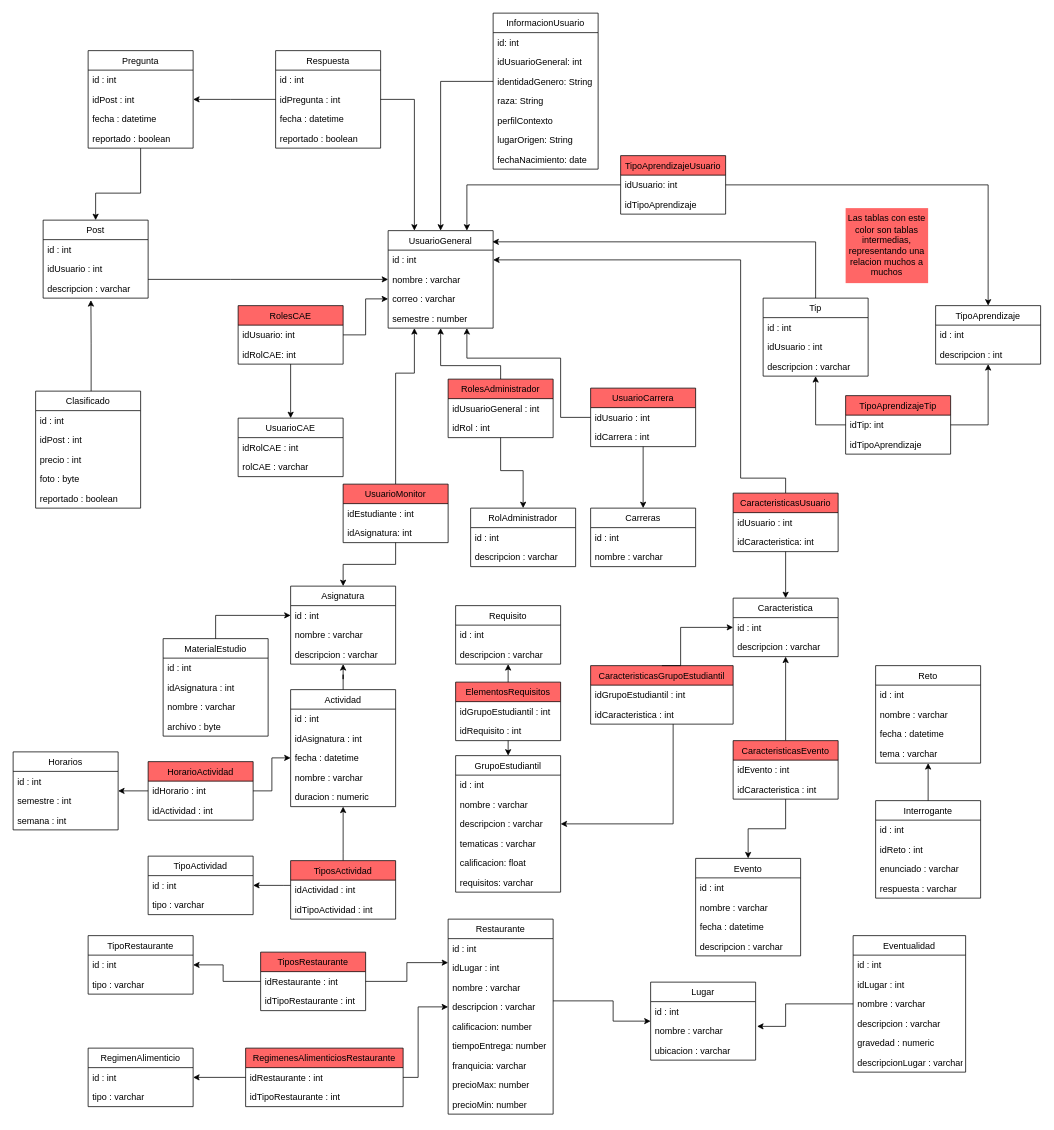
Earlier version of the draw.io diagram diagramas/persistencia.drawio (Campus-Connect-PUJ/Campus-Connect-Back). Source tidied: cells renumbered, new cells numbered last; positions are measured from the earlier drawing's top-left corner, leaving out a move shared by most shapes. Both pictures are drawn from the tidied source at 75%, with x=0, y=0 at pixel (13, 13).
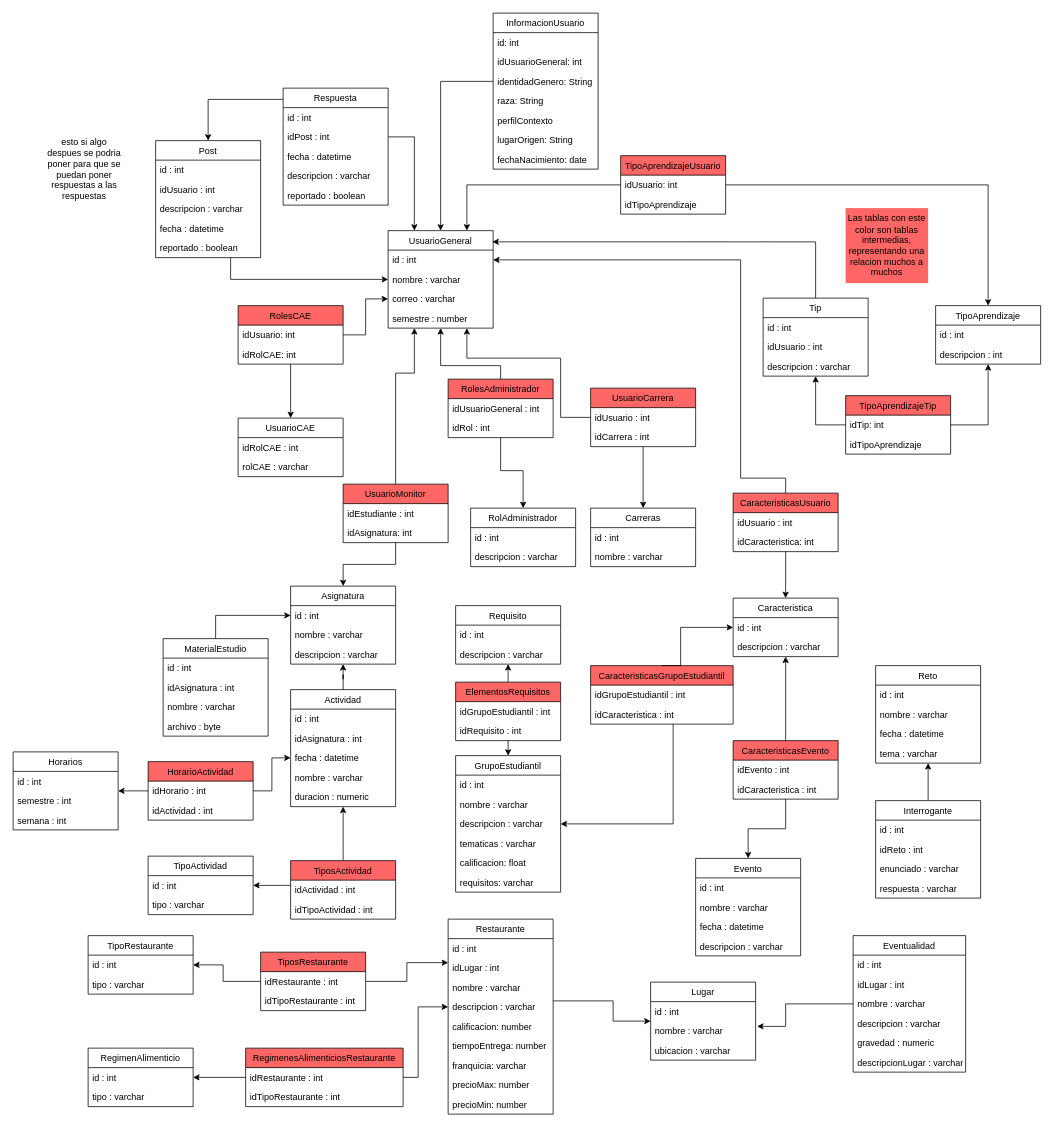
After the change.

Commit message (it also covers changes not shown here):
Posts y respuestas

Unchanged cells that the change refers to:
```xml
<mxCell id="44" value="descripcion : varchar" style="text;strokeColor=none;fillColor=none;align=left;verticalAlign=top;spacingLeft=4;spacingRight=4;overflow=hidden;points=[[0,0.5],[1,0.5]];portConstraint=eastwest;" parent="41" vertex="1">
  <mxGeometry y="78" width="140" height="26" as="geometry" />
</mxCell>
```

The edit, as a diff of the source:
```diff
@@
     <mxCell id="41" value="Post" style="swimlane;fontStyle=0;horizontal=1;startSize=26;fillColor=none;" parent="1" vertex="1">
-      <mxGeometry x="40" y="276" width="140" height="104" as="geometry" />
+      <mxGeometry x="190" y="170" width="140" height="156" as="geometry" />
     </mxCell>
@@
-    <mxCell id="45" style="edgeStyle=orthogonalEdgeStyle;rounded=0;jettySize=auto;html=1;entryX=0.5;entryY=0;entryDx=0;entryDy=0;" parent="1" edge="1" source="46" target="41">
-      <mxGeometry relative="1" as="geometry">
-        <Array as="points">
-          <mxPoint x="170" y="240" />
-          <mxPoint x="110" y="240" />
-        </Array>
-      </mxGeometry>
-    </mxCell>
-    <mxCell id="46" value="Pregunta" style="swimlane;fontStyle=0;horizontal=1;startSize=26;fillColor=none;" parent="1" vertex="1">
-      <mxGeometry x="100" y="50" width="140" height="130" as="geometry" />
-    </mxCell>
-    <mxCell id="47" value="id : int" style="text;strokeColor=none;fillColor=none;align=left;verticalAlign=top;spacingLeft=4;spacingRight=4;overflow=hidden;" parent="46" vertex="1">
-      <mxGeometry y="26" width="140" height="26" as="geometry" />
-    </mxCell>
-    <mxCell id="48" value="idPost : int" style="text;strokeColor=none;fillColor=none;align=left;verticalAlign=top;spacingLeft=4;spacingRight=4;overflow=hidden;points=[[0,0.5],[1,0.5]];portConstraint=eastwest;" parent="46" vertex="1">
-      <mxGeometry y="52" width="140" height="26" as="geometry" />
-    </mxCell>
-    <mxCell id="49" value="fecha : datetime" style="text;strokeColor=none;fillColor=none;align=left;verticalAlign=top;spacingLeft=4;spacingRight=4;overflow=hidden;" parent="46" vertex="1">
-      <mxGeometry y="78" width="140" height="26" as="geometry" />
+    <mxCell id="49" value="fecha : datetime" style="text;strokeColor=none;fillColor=none;align=left;verticalAlign=top;spacingLeft=4;spacingRight=4;overflow=hidden;" parent="41" vertex="1">
+      <mxGeometry y="104" width="140" height="26" as="geometry" />
     </mxCell>
-    <mxCell id="50" value="reportado : boolean" style="text;strokeColor=none;fillColor=none;align=left;verticalAlign=top;spacingLeft=4;spacingRight=4;overflow=hidden;" parent="46" vertex="1">
-      <mxGeometry y="104" width="140" height="26" as="geometry" />
+    <mxCell id="50" value="reportado : boolean" style="text;strokeColor=none;fillColor=none;align=left;verticalAlign=top;spacingLeft=4;spacingRight=4;overflow=hidden;" parent="41" vertex="1">
+      <mxGeometry y="130" width="140" height="26" as="geometry" />
     </mxCell>
-    <mxCell id="51" style="edgeStyle=orthogonalEdgeStyle;rounded=0;jettySize=auto;html=1;entryX=1;entryY=0.5;entryDx=0;entryDy=0;" parent="1" edge="1" source="52" target="48">
+    <mxCell id="51" style="edgeStyle=orthogonalEdgeStyle;rounded=0;jettySize=auto;html=1;entryX=0.5;entryY=0;entryDx=0;entryDy=0;" parent="1" edge="1" source="52" target="41">
       <mxGeometry relative="1" as="geometry">
         <Array as="points">
-          <mxPoint x="290" y="115" />
-          <mxPoint x="290" y="115" />
+          <mxPoint x="260" y="115" />
         </Array>
       </mxGeometry>
     </mxCell>
     <mxCell id="52" value="Respuesta" style="swimlane;fontStyle=0;horizontal=1;startSize=26;fillColor=none;" parent="1" vertex="1">
-      <mxGeometry x="350" y="50" width="140" height="130" as="geometry" />
+      <mxGeometry x="360" y="100" width="140" height="156" as="geometry" />
     </mxCell>
@@
-    <mxCell id="54" value="idPregunta : int" style="text;strokeColor=none;fillColor=none;align=left;verticalAlign=top;spacingLeft=4;spacingRight=4;overflow=hidden;points=[[0,0.5],[1,0.5]];portConstraint=eastwest;" parent="52" vertex="1">
+    <mxCell id="54" value="idPost : int" style="text;strokeColor=none;fillColor=none;align=left;verticalAlign=top;spacingLeft=4;spacingRight=4;overflow=hidden;points=[[0,0.5],[1,0.5]];portConstraint=eastwest;" parent="52" vertex="1">
       <mxGeometry y="52" width="140" height="26" as="geometry" />
     </mxCell>
@@
+    <mxCell id="211" value="descripcion : varchar" style="text;strokeColor=none;fillColor=none;align=left;verticalAlign=top;spacingLeft=4;spacingRight=4;overflow=hidden;" parent="52" vertex="1">
+      <mxGeometry y="104" width="140" height="26" as="geometry" />
+    </mxCell>
     <mxCell id="56" value="reportado : boolean" style="text;strokeColor=none;fillColor=none;align=left;verticalAlign=top;spacingLeft=4;spacingRight=4;overflow=hidden;" parent="52" vertex="1">
-      <mxGeometry y="104" width="140" height="26" as="geometry" />
+      <mxGeometry y="130" width="140" height="26" as="geometry" />
     </mxCell>
-    <mxCell id="57" style="edgeStyle=orthogonalEdgeStyle;rounded=0;jettySize=auto;html=1;entryX=0.455;entryY=1.104;entryDx=0;entryDy=0;entryPerimeter=0;" parent="1" edge="1" source="58" target="44">
-      <mxGeometry relative="1" as="geometry">
-        <Array as="points">
-          <mxPoint x="104" y="440" />
-          <mxPoint x="104" y="440" />
-        </Array>
-      </mxGeometry>
-    </mxCell>
-    <mxCell id="58" value="Clasificado" style="swimlane;fontStyle=0;horizontal=1;startSize=26;fillColor=none;" parent="1" vertex="1">
-      <mxGeometry x="30" y="504" width="140" height="156" as="geometry" />
-    </mxCell>
-    <mxCell id="59" value="id : int" style="text;strokeColor=none;fillColor=none;align=left;verticalAlign=top;spacingLeft=4;spacingRight=4;overflow=hidden;" parent="58" vertex="1">
-      <mxGeometry y="26" width="140" height="26" as="geometry" />
-    </mxCell>
-    <mxCell id="60" value="idPost : int" style="text;strokeColor=none;fillColor=none;align=left;verticalAlign=top;spacingLeft=4;spacingRight=4;overflow=hidden;" parent="58" vertex="1">
-      <mxGeometry y="52" width="140" height="26" as="geometry" />
-    </mxCell>
-    <mxCell id="61" value="precio : int" style="text;strokeColor=none;fillColor=none;align=left;verticalAlign=top;spacingLeft=4;spacingRight=4;overflow=hidden;" parent="58" vertex="1">
-      <mxGeometry y="78" width="140" height="26" as="geometry" />
-    </mxCell>
-    <mxCell id="62" value="foto : byte" style="text;strokeColor=none;fillColor=none;align=left;verticalAlign=top;spacingLeft=4;spacingRight=4;overflow=hidden;" parent="58" vertex="1">
-      <mxGeometry y="104" width="140" height="26" as="geometry" />
-    </mxCell>
-    <mxCell id="63" value="reportado : boolean" style="text;strokeColor=none;fillColor=none;align=left;verticalAlign=top;spacingLeft=4;spacingRight=4;overflow=hidden;" parent="58" vertex="1">
-      <mxGeometry y="130" width="140" height="26" as="geometry" />
-    </mxCell>
@@
+    <mxCell id="212" value="esto si algo despues se podria poner para que se puedan poner respuestas a las respuestas" style="text;html=1;strokeColor=none;fillColor=none;align=center;verticalAlign=middle;whiteSpace=wrap;rounded=0;" parent="1" vertex="1">
+      <mxGeometry x="40" y="155" width="110" height="105" as="geometry" />
+    </mxCell>
```
